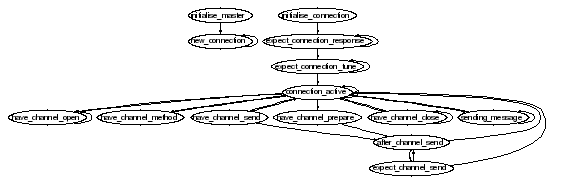
Above: doc/amq_server_agent.png in imatix/openamq (Graphviz), before the change. Its source is kept beside it as doc/amq_server_agent.dot.
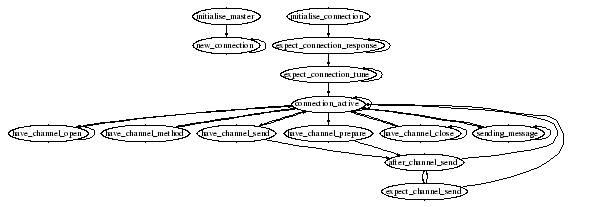
Above is the later version.

Commit message:
Homogenized font size

Change to the diagram source:
```diff
@@ -1,6 +1,6 @@
-digraph {
-    size = "5.8,8";
-    node [fontname=Helvetica, fontsize=30];
+digraph ServerAgent {
+    size = "6,12";
+    node [fontsize=30];
     subgraph master {
         initialise_master -> new_connection;
         new_connection -> new_connection;
```
